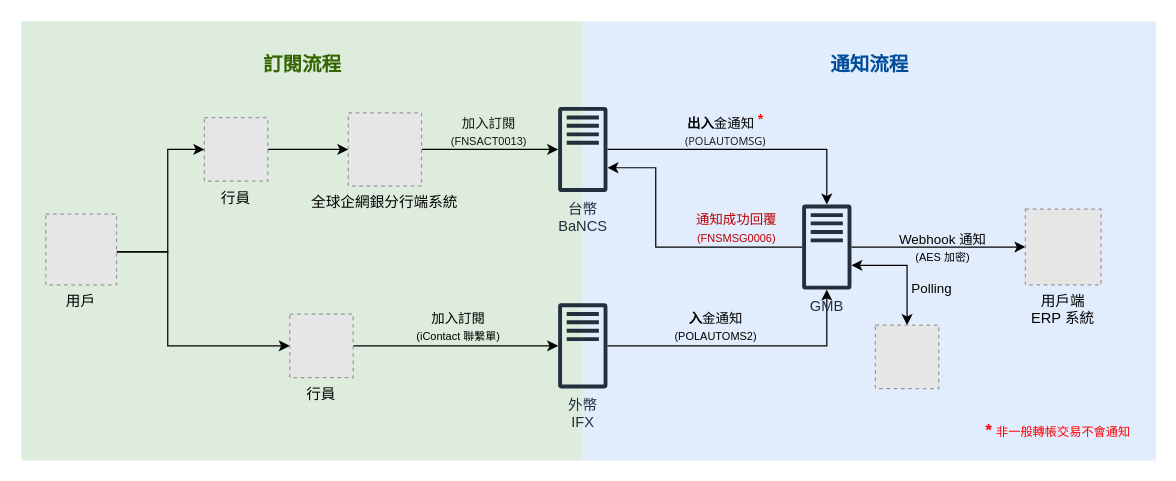
Before: page "台外幣入金通知流程圖" (1 of 2) of 主動入金通知.drawio in Wayne-Kao/draw.io, a draw.io diagram. Source tidied: cells renumbered, new cells numbered last; positions are measured from the earlier drawing's top-left corner, leaving out a move shared by most shapes. Both pictures are drawn from the tidied source at 122%, with x=0, y=0 at pixel (21, 21). Pictures stored in the file or linked from it are replaced by grey dashed boxes.
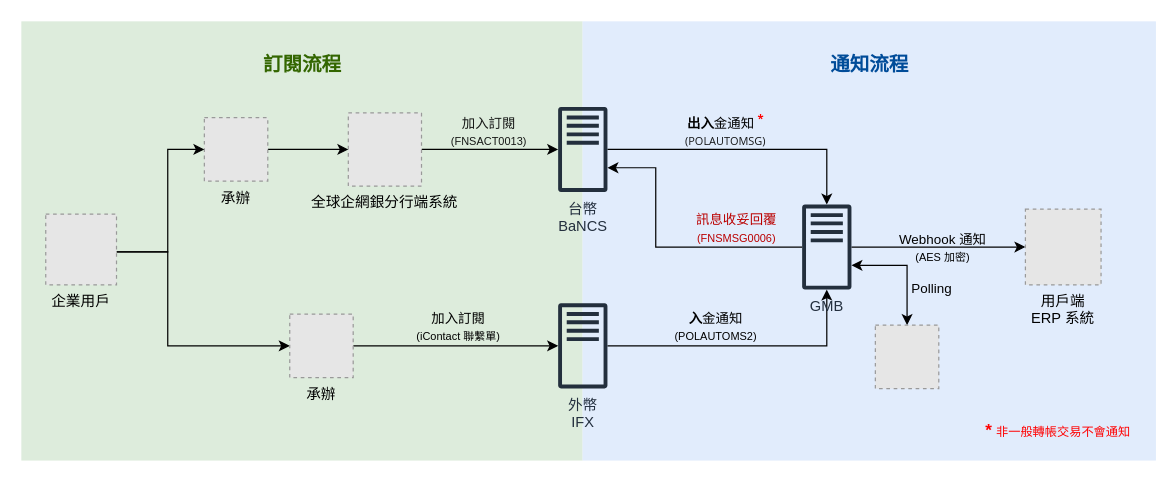
After the change.

The change refers to these unchanged cells:
```xml
<mxCell id="23" style="edgeStyle=orthogonalEdgeStyle;rounded=0;jettySize=auto;html=1;" parent="1" edge="1" source="29" target="6">
  <mxGeometry relative="1" as="geometry">
    <Array as="points">
      <mxPoint x="520" y="185" />
      <mxPoint x="520" y="120" />
    </Array>
  </mxGeometry>
</mxCell>
```

Diff of the diagram source:
```diff
@@
-    <mxCell id="14" value="行員" style="fillColor=#E6E6E6;strokeColor=#999999;dashed=1;verticalLabelPosition=bottom;labelBackgroundColor=none;verticalAlign=top;" parent="1" vertex="1">
+    <mxCell id="14" value="承辦" style="fillColor=#E6E6E6;strokeColor=#999999;dashed=1;verticalLabelPosition=bottom;labelBackgroundColor=none;verticalAlign=top;" parent="1" vertex="1">
       <mxGeometry x="150" y="79" width="52" height="52" as="geometry" />
     </mxCell>
@@
-    <mxCell id="17" value="用戶" style="fillColor=#E6E6E6;strokeColor=#999999;dashed=1;verticalLabelPosition=bottom;labelBackgroundColor=none;verticalAlign=top;" parent="1" vertex="1">
+    <mxCell id="17" value="企業用戶" style="fillColor=#E6E6E6;strokeColor=#999999;dashed=1;verticalLabelPosition=bottom;labelBackgroundColor=none;verticalAlign=top;" parent="1" vertex="1">
       <mxGeometry x="20" y="158" width="58" height="58" as="geometry" />
     </mxCell>
@@
-    <mxCell id="20" value="行員" style="fillColor=#E6E6E6;strokeColor=#999999;dashed=1;verticalLabelPosition=bottom;labelBackgroundColor=none;verticalAlign=top;" parent="1" vertex="1">
+    <mxCell id="20" value="承辦" style="fillColor=#E6E6E6;strokeColor=#999999;dashed=1;verticalLabelPosition=bottom;labelBackgroundColor=none;verticalAlign=top;" parent="1" vertex="1">
       <mxGeometry x="220" y="240" width="52" height="52" as="geometry" />
     </mxCell>
@@
-    <mxCell id="24" value="&lt;div style=&quot;&quot;&gt;&lt;span style=&quot;text-wrap-mode: wrap;&quot;&gt;&lt;font color=&quot;rgba(0, 0, 0, 0.9)&quot; face=&quot;Segoe UI VSS (Regular), Segoe UI, -apple-system, BlinkMacSystemFont, Roboto, Helvetica Neue, Helvetica, Ubuntu, Arial, sans-serif, Apple Color Emoji, Segoe UI Emoji, Segoe UI Symbol&quot;&gt;通知成功回覆&lt;/font&gt;&lt;/span&gt;&lt;/div&gt;&lt;div style=&quot;&quot;&gt;&lt;span style=&quot;text-wrap-mode: wrap;&quot;&gt;&lt;font color=&quot;rgba(0, 0, 0, 0.9)&quot; face=&quot;Segoe UI VSS (Regular), Segoe UI, -apple-system, BlinkMacSystemFont, Roboto, Helvetica Neue, Helvetica, Ubuntu, Arial, sans-serif, Apple Color Emoji, Segoe UI Emoji, Segoe UI Symbol&quot;&gt;&lt;font style=&quot;font-size: 9px;&quot;&gt;&amp;nbsp;(FNSMSG0006)&amp;nbsp;&lt;/font&gt;&lt;/font&gt;&lt;/span&gt;&lt;/div&gt;" style="edgeLabel;html=1;align=center;verticalAlign=middle;labelBackgroundColor=none;" parent="23" vertex="1">
+    <mxCell id="24" value="&lt;div style=&quot;&quot;&gt;&lt;span style=&quot;text-wrap-mode: wrap;&quot;&gt;&lt;font color=&quot;rgba(0, 0, 0, 0.9)&quot; face=&quot;Segoe UI VSS (Regular), Segoe UI, -apple-system, BlinkMacSystemFont, Roboto, Helvetica Neue, Helvetica, Ubuntu, Arial, sans-serif, Apple Color Emoji, Segoe UI Emoji, Segoe UI Symbol&quot;&gt;訊息收妥回覆&lt;/font&gt;&lt;/span&gt;&lt;/div&gt;&lt;div style=&quot;&quot;&gt;&lt;span style=&quot;text-wrap-mode: wrap;&quot;&gt;&lt;font color=&quot;rgba(0, 0, 0, 0.9)&quot; face=&quot;Segoe UI VSS (Regular), Segoe UI, -apple-system, BlinkMacSystemFont, Roboto, Helvetica Neue, Helvetica, Ubuntu, Arial, sans-serif, Apple Color Emoji, Segoe UI Emoji, Segoe UI Symbol&quot;&gt;&lt;font style=&quot;font-size: 9px;&quot;&gt;&amp;nbsp;(FNSMSG0006)&amp;nbsp;&lt;/font&gt;&lt;/font&gt;&lt;/span&gt;&lt;/div&gt;" style="edgeLabel;html=1;align=center;verticalAlign=middle;labelBackgroundColor=none;" parent="23" vertex="1">
       <mxGeometry x="-0.37" y="2" relative="1" as="geometry">
         <mxPoint x="16" y="-18" as="offset" />
       </mxGeometry>
     </mxCell>
```
